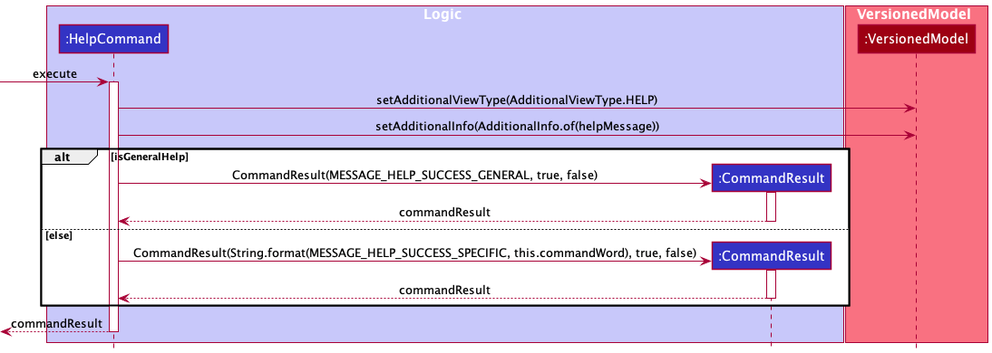
Earlier version of the PlantUML export docs/images/dg/logic/commands/helpcommand/HelpCommandSequenceDiagram.png (nus-cs2103-AY2122S1/tp). Its source is kept beside it as docs/diagrams/logic/commands/helpcommand/HelpCommandSequenceDiagram.puml.
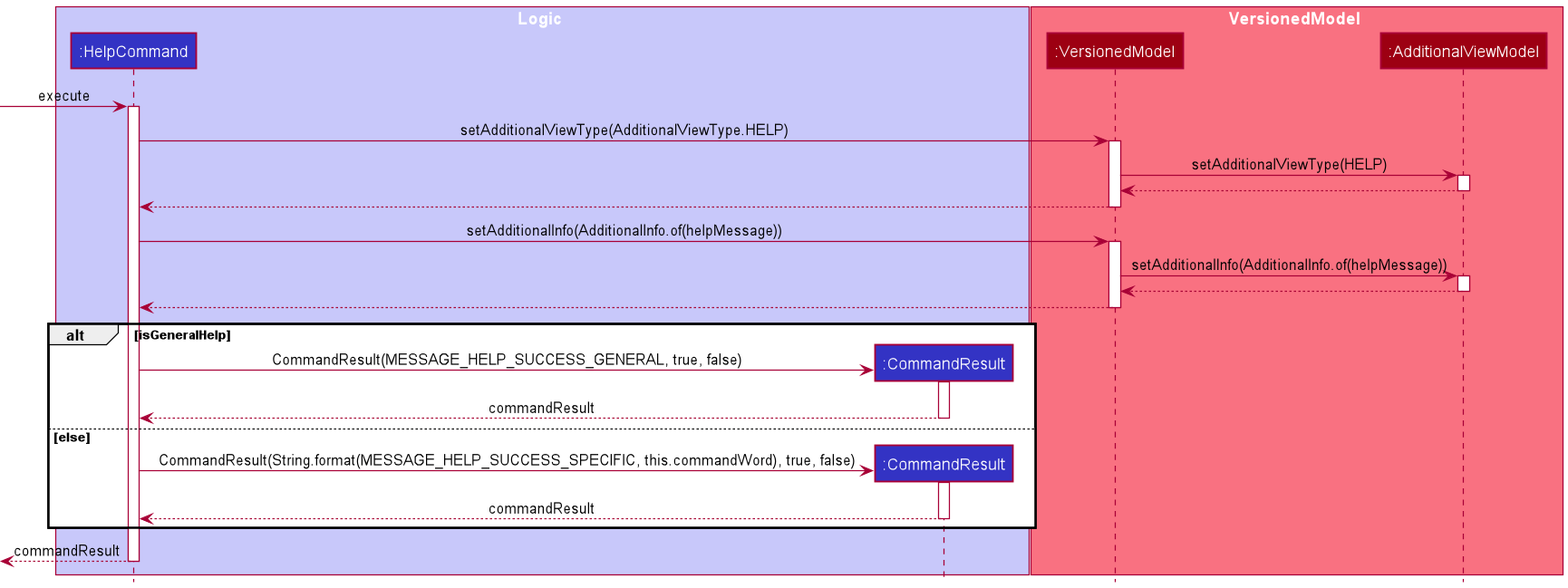
The same file after the commit.

Diff of the diagram source:
```diff
@@ -2,33 +2,48 @@
 !include ../../../style.puml
 
 box Logic LOGIC_COLOR_T1
-participant ":HelpCommand" as hc LOGIC_COLOR
-participant ":CommandResult" as cr LOGIC_COLOR
+participant ":HelpCommand" as helpCommand LOGIC_COLOR
+participant ":CommandResult" as commandResult LOGIC_COLOR
 end box
 
 box VersionedModel MODEL_COLOR_T1
-participant ":VersionedModel" as vm MODEL_COLOR
-
+participant ":VersionedModel" as versionedModel MODEL_COLOR
+participant ":AdditionalViewModel" as addViewModel MODEL_COLOR
 end box
 
--> hc ++ : execute
-hc -> vm : setAdditionalViewType(AdditionalViewType.HELP)
-hc -> vm : setAdditionalInfo(AdditionalInfo.of(helpMessage))
+-> helpCommand ++ : execute
+helpCommand -> versionedModel : setAdditionalViewType(AdditionalViewType.HELP)
+activate versionedModel
+versionedModel -> addViewModel: setAdditionalViewType(HELP)
+activate addViewModel
+addViewModel --> versionedModel
+deactivate addViewModel
+versionedModel --> helpCommand
+deactivate versionedModel
+
+helpCommand -> versionedModel : setAdditionalInfo(AdditionalInfo.of(helpMessage))
+activate versionedModel
+versionedModel -> addViewModel: setAdditionalInfo(AdditionalInfo.of(helpMessage))
+activate addViewModel
+addViewModel --> versionedModel
+deactivate addViewModel
+versionedModel --> helpCommand
+deactivate versionedModel
 
 alt isGeneralHelp
-create cr
-hc -> cr ++ : CommandResult(MESSAGE_HELP_SUCCESS_GENERAL, true, false)
-cr --> hc -- : commandResult
+create commandResult
+helpCommand -> commandResult ++ : CommandResult(MESSAGE_HELP_SUCCESS_GENERAL, true, false)
+commandResult --> helpCommand -- : commandResult
 
 else else
 
 
-create cr
-hc -> cr ++ : CommandResult(String.format(MESSAGE_HELP_SUCCESS_SPECIFIC, this.commandWord), true, false)
-cr --> hc -- : commandResult
+create commandResult
+helpCommand -> commandResult ++ : CommandResult(String.format(MESSAGE_HELP_SUCCESS_SPECIFIC, this.commandWord), true, false)
+commandResult --> helpCommand -- : commandResult
 
 end
-<-- hc -- : commandResult
+<-- helpCommand -- : commandResult
 
 
 @enduml
```
